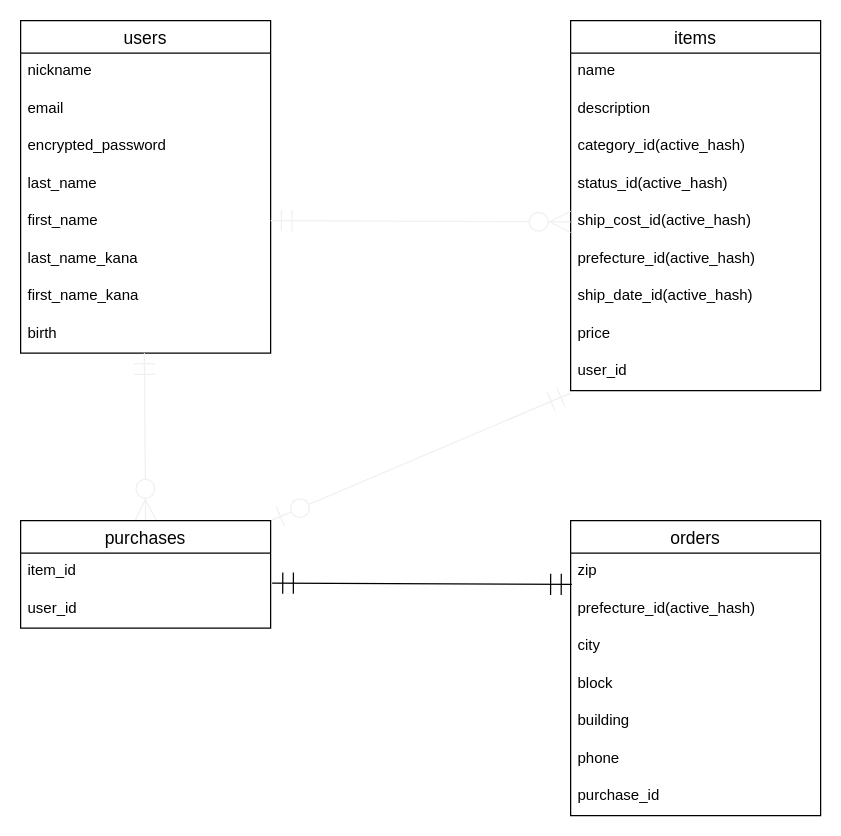
Above: furima.dio in Tatsuya9156/furima-33498 (draw.io), before the change. Source tidied: cells renumbered, new cells numbered last; positions are measured from the earlier drawing's top-left corner, leaving out a move shared by most shapes. Both pictures are drawn from the tidied source at 125%, with x=0, y=0 at pixel (20, 20).
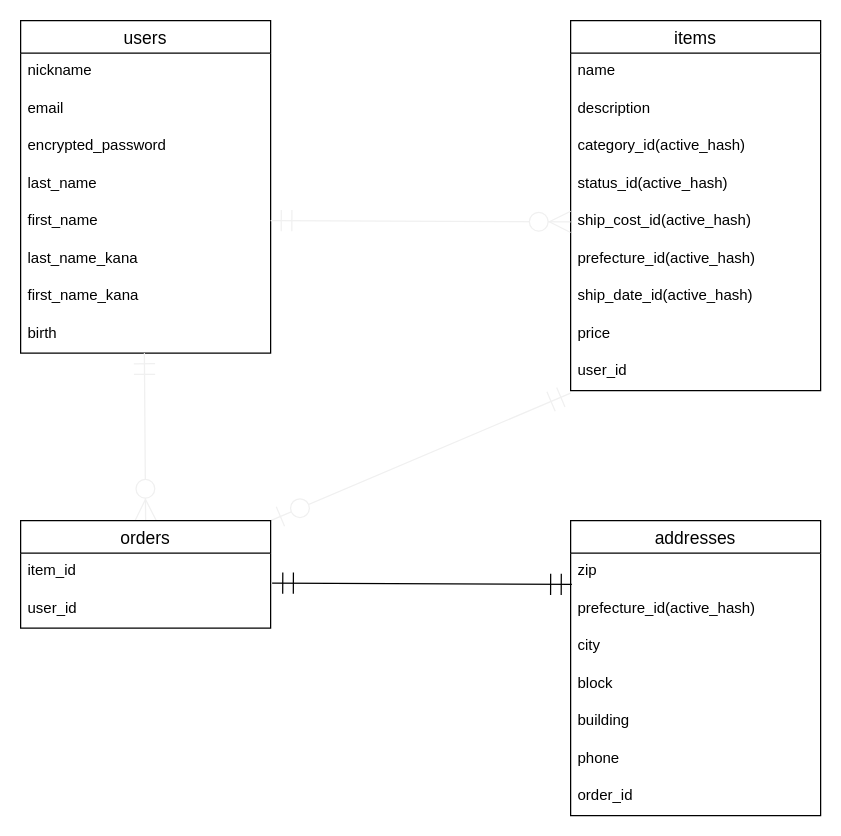
The same diagram, later.

Commit message (it also covers changes not shown here):
README、ER図の修正(orderとpurchaseの名前を変えただけ)

Change to the diagram source:
```diff
@@
-    <mxCell id="21" value="orders" style="swimlane;fontStyle=0;horizontal=1;startSize=26;align=center;fontSize=14;" parent="1" vertex="1">
+    <mxCell id="21" value="addresses" style="swimlane;fontStyle=0;horizontal=1;startSize=26;align=center;fontSize=14;" parent="1" vertex="1">
       <mxGeometry x="440" y="400" width="200" height="236" as="geometry" />
     </mxCell>
@@
-    <mxCell id="28" value="purchase_id" style="text;strokeColor=none;fillColor=none;spacingLeft=4;spacingRight=4;overflow=hidden;fontSize=12;" parent="21" vertex="1">
+    <mxCell id="28" value="order_id" style="text;strokeColor=none;fillColor=none;spacingLeft=4;spacingRight=4;overflow=hidden;fontSize=12;" parent="21" vertex="1">
       <mxGeometry y="206" width="200" height="30" as="geometry" />
     </mxCell>
@@
-    <mxCell id="32" value="purchases" style="swimlane;fontStyle=0;horizontal=1;startSize=26;align=center;fontSize=14;" parent="1" vertex="1">
+    <mxCell id="32" value="orders" style="swimlane;fontStyle=0;horizontal=1;startSize=26;align=center;fontSize=14;" parent="1" vertex="1">
       <mxGeometry y="400" width="200" height="86" as="geometry" />
     </mxCell>
```
